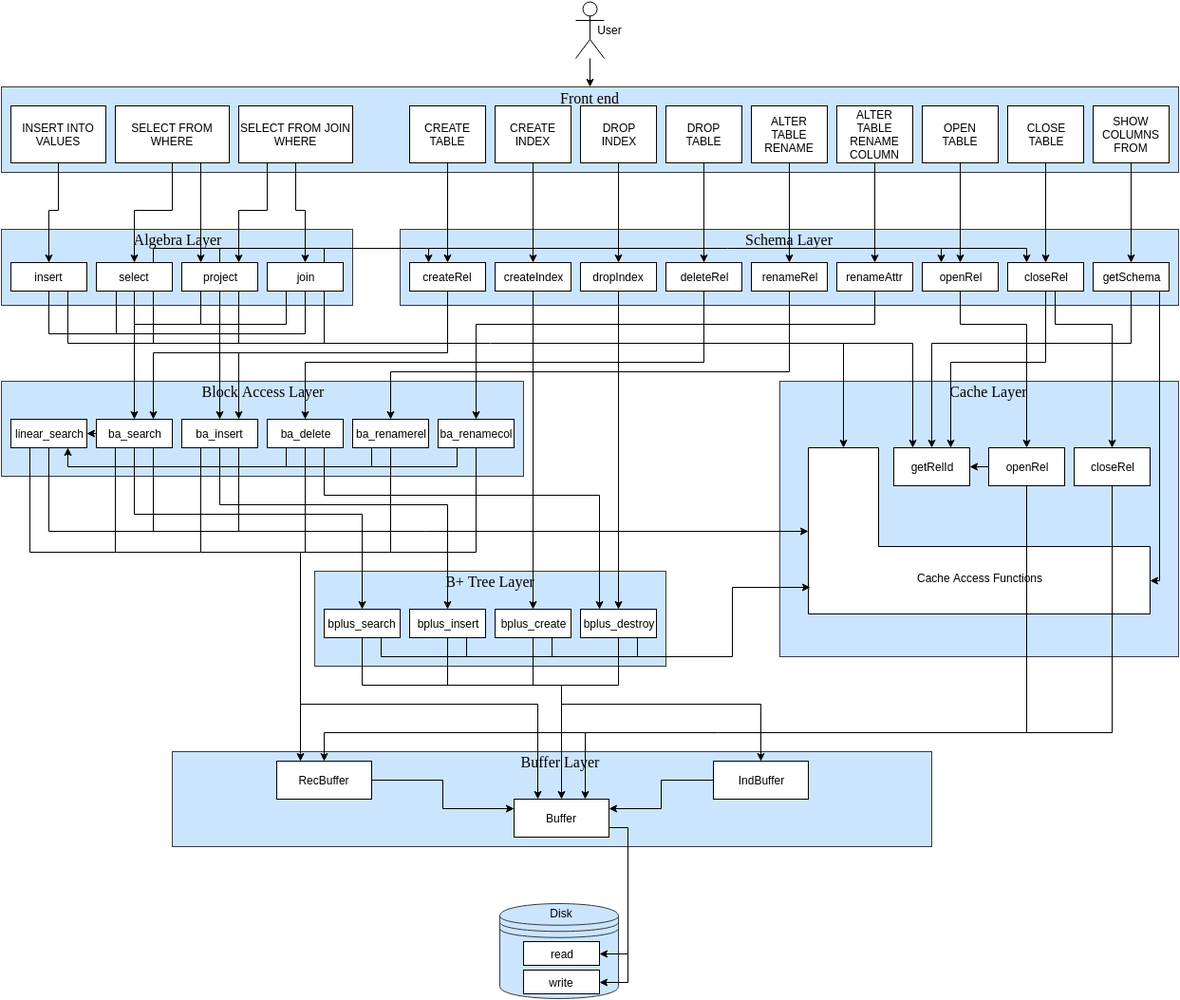
Before: img/design/design.png, a diagram exported from draw.io (Nitcbase/nitcbase.github.io). Source tidied: cells renumbered, new cells last; positions are measured from the earlier drawing's top-left corner, leaving out a move shared by most shapes.
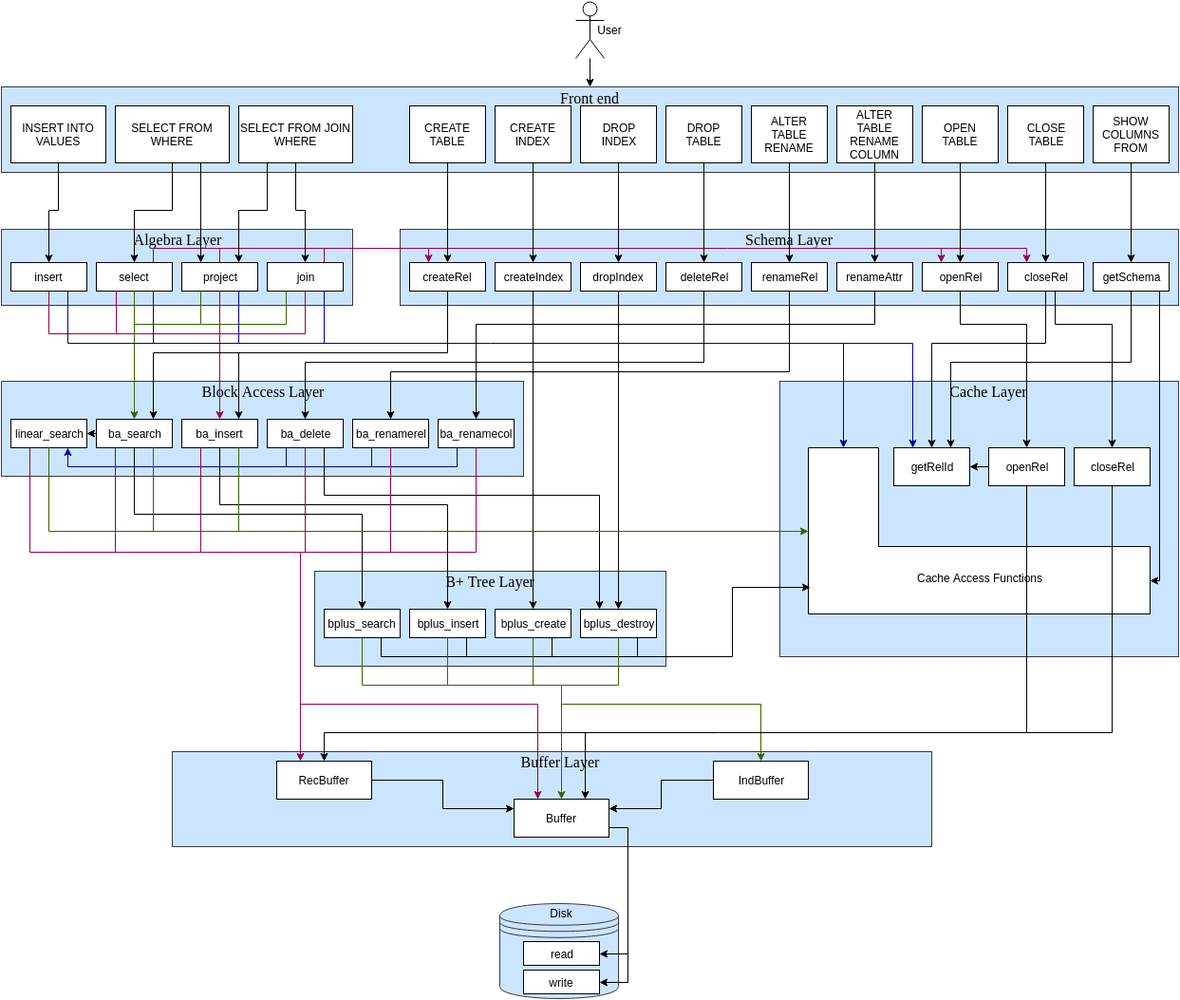
Later version of the same file.

Commit message:
addition of colors to design image

What changed in the source:
```diff
@@ -170,3 +170,3 @@
     </mxCell>
-    <mxCell id="55" style="edgeStyle=orthogonalEdgeStyle;rounded=0;jettySize=auto;html=1;startArrow=none;startFill=0;" parent="1" edge="1" source="5" target="54">
+    <mxCell id="55" style="edgeStyle=orthogonalEdgeStyle;rounded=0;jettySize=auto;html=1;startArrow=none;startFill=0;jumpStyle=arc;strokeColor=#99004D;" parent="1" edge="1" source="5" target="54">
       <mxGeometry relative="1" as="geometry">
@@ -178,3 +178,3 @@
     </mxCell>
-    <mxCell id="56" style="endArrow=none;html=1;entryX=0.75;entryY=1;entryDx=0;entryDy=0;startArrow=none;startFill=0;" parent="1" edge="1">
+    <mxCell id="56" style="endArrow=none;html=1;entryX=0.75;entryY=1;entryDx=0;entryDy=0;startArrow=none;startFill=0;strokeColor=#99004D;" parent="1" edge="1">
       <mxGeometry relative="1" as="geometry">
@@ -184,3 +184,3 @@
     </mxCell>
-    <mxCell id="57" style="endArrow=none;html=1;entryX=0.5;entryY=1;entryDx=0;entryDy=0;startArrow=none;startFill=0;jumpStyle=arc;" parent="1" edge="1" target="8">
+    <mxCell id="57" style="endArrow=none;html=1;entryX=0.5;entryY=1;entryDx=0;entryDy=0;startArrow=none;startFill=0;jumpStyle=arc;strokeColor=#99004D;" parent="1" edge="1" target="8">
       <mxGeometry relative="1" as="geometry">
@@ -189,3 +189,3 @@
     </mxCell>
-    <mxCell id="58" style="endArrow=none;html=1;entryX=0.5;entryY=1;entryDx=0;entryDy=0;rounded=0;" parent="1" edge="1" target="9">
+    <mxCell id="58" style="endArrow=none;html=1;entryX=0.5;entryY=1;entryDx=0;entryDy=0;rounded=0;strokeColor=#99004D;" parent="1" edge="1" target="9">
       <mxGeometry relative="1" as="geometry">
@@ -197,6 +197,6 @@
     </mxCell>
-    <mxCell id="59" style="edgeStyle=orthogonalEdgeStyle;rounded=0;jettySize=auto;html=1;entryX=0.5;entryY=0;entryDx=0;entryDy=0;jumpStyle=none;" parent="1" edge="1" source="7" target="24">
+    <mxCell id="59" style="edgeStyle=orthogonalEdgeStyle;rounded=0;jettySize=auto;html=1;entryX=0.5;entryY=0;entryDx=0;entryDy=0;jumpStyle=none;strokeColor=#336600;strokeWidth=1;" parent="1" edge="1" source="7" target="24">
       <mxGeometry relative="1" as="geometry" />
     </mxCell>
-    <mxCell id="60" style="endArrow=none;html=1;entryX=0.25;entryY=1;entryDx=0;entryDy=0;rounded=0;startArrow=none;startFill=0;jumpStyle=arc;" parent="1" edge="1" target="8">
+    <mxCell id="60" style="endArrow=none;html=1;entryX=0.25;entryY=1;entryDx=0;entryDy=0;rounded=0;startArrow=none;startFill=0;jumpStyle=arc;strokeColor=#336600;" parent="1" edge="1" target="8">
       <mxGeometry relative="1" as="geometry">
@@ -208,3 +208,3 @@
     </mxCell>
-    <mxCell id="61" style="endArrow=none;html=1;entryX=0.25;entryY=1;entryDx=0;entryDy=0;rounded=0;startArrow=none;startFill=0;endFill=0;edgeStyle=elbowEdgeStyle;elbow=vertical;jumpStyle=none;" parent="1" edge="1" target="9">
+    <mxCell id="61" style="endArrow=none;html=1;entryX=0.25;entryY=1;entryDx=0;entryDy=0;rounded=0;startArrow=none;startFill=0;endFill=0;edgeStyle=elbowEdgeStyle;elbow=vertical;jumpStyle=none;strokeColor=#336600;" parent="1" edge="1" target="9">
       <mxGeometry relative="1" as="geometry">
@@ -216,3 +216,3 @@
     </mxCell>
-    <mxCell id="62" style="endArrow=classic;html=1;exitX=0.75;exitY=0;exitDx=0;exitDy=0;entryX=0.25;entryY=0;entryDx=0;entryDy=0;rounded=0;" parent="1" edge="1" source="7" target="11">
+    <mxCell id="62" style="endArrow=classic;html=1;exitX=0.75;exitY=0;exitDx=0;exitDy=0;entryX=0.25;entryY=0;entryDx=0;entryDy=0;rounded=0;strokeColor=#99004D;" parent="1" edge="1" source="7" target="11">
       <mxGeometry relative="1" as="geometry">
@@ -224,3 +224,3 @@
     </mxCell>
-    <mxCell id="63" style="endArrow=none;html=1;exitX=0.5;exitY=0;exitDx=0;exitDy=0;endFill=0;" parent="1" edge="1" source="8">
+    <mxCell id="63" style="endArrow=none;html=1;exitX=0.5;exitY=0;exitDx=0;exitDy=0;endFill=0;strokeColor=#99004D;" parent="1" edge="1" source="8">
       <mxGeometry relative="1" as="geometry">
@@ -229,3 +229,3 @@
     </mxCell>
-    <mxCell id="64" style="endArrow=none;html=1;exitX=0.75;exitY=0;exitDx=0;exitDy=0;endFill=0;" parent="1" edge="1" source="9">
+    <mxCell id="64" style="endArrow=none;html=1;exitX=0.75;exitY=0;exitDx=0;exitDy=0;endFill=0;strokeColor=#99004D;" parent="1" edge="1" source="9">
       <mxGeometry relative="1" as="geometry">
@@ -234,3 +234,3 @@
     </mxCell>
-    <mxCell id="65" style="endArrow=classic;html=1;entryX=0.25;entryY=0;entryDx=0;entryDy=0;rounded=0;" parent="1" edge="1" target="18">
+    <mxCell id="65" style="endArrow=classic;html=1;entryX=0.25;entryY=0;entryDx=0;entryDy=0;rounded=0;strokeColor=#99004D;" parent="1" edge="1" target="18">
       <mxGeometry relative="1" as="geometry">
@@ -242,3 +242,3 @@
     </mxCell>
-    <mxCell id="66" style="endArrow=classic;html=1;entryX=0.25;entryY=0;entryDx=0;entryDy=0;" parent="1" edge="1" target="15">
+    <mxCell id="66" style="endArrow=classic;html=1;entryX=0.25;entryY=0;entryDx=0;entryDy=0;strokeColor=#99004D;" parent="1" edge="1" target="15">
       <mxGeometry relative="1" as="geometry">
@@ -247,3 +247,3 @@
     </mxCell>
-    <mxCell id="67" style="endArrow=classic;html=1;elbow=vertical;exitX=0.25;exitY=1;exitDx=0;exitDy=0;rounded=0;entryX=0.75;entryY=1;entryDx=0;entryDy=0;" parent="1" edge="1" source="25" target="23">
+    <mxCell id="67" style="endArrow=classic;html=1;elbow=vertical;exitX=0.25;exitY=1;exitDx=0;exitDy=0;rounded=0;entryX=0.75;entryY=1;entryDx=0;entryDy=0;strokeColor=#000099;" parent="1" edge="1" source="25" target="23">
       <mxGeometry relative="1" as="geometry">
@@ -255,3 +255,3 @@
     </mxCell>
-    <mxCell id="68" style="endArrow=none;html=1;entryX=0.25;entryY=1;entryDx=0;entryDy=0;" parent="1" edge="1" target="27">
+    <mxCell id="68" style="endArrow=none;html=1;entryX=0.25;entryY=1;entryDx=0;entryDy=0;strokeColor=#000099;" parent="1" edge="1" target="27">
       <mxGeometry relative="1" as="geometry">
@@ -260,3 +260,3 @@
     </mxCell>
-    <mxCell id="69" style="endArrow=none;html=1;entryX=0.25;entryY=1;entryDx=0;entryDy=0;" parent="1" edge="1" target="26">
+    <mxCell id="69" style="endArrow=none;html=1;entryX=0.25;entryY=1;entryDx=0;entryDy=0;strokeColor=#000099;" parent="1" edge="1" target="26">
       <mxGeometry relative="1" as="geometry">
@@ -265,25 +265,2 @@
     </mxCell>
-    <mxCell id="70" style="endArrow=classic;html=1;exitX=0.75;exitY=1;exitDx=0;exitDy=0;rounded=0;entryX=0.25;entryY=0;entryDx=0;entryDy=0;" parent="1" edge="1" source="5" target="36">
-      <mxGeometry relative="1" as="geometry">
-        <Array as="points">
-          <mxPoint x="70" y="360" />
-          <mxPoint x="960" y="360" />
-        </Array>
-      </mxGeometry>
-    </mxCell>
-    <mxCell id="71" style="endArrow=none;html=1;exitX=0.75;exitY=1;exitDx=0;exitDy=0;" parent="1" edge="1" source="7">
-      <mxGeometry relative="1" as="geometry">
-        <mxPoint x="160" y="360" as="targetPoint" />
-      </mxGeometry>
-    </mxCell>
-    <mxCell id="72" style="endArrow=none;html=1;entryX=0.75;entryY=1;entryDx=0;entryDy=0;" parent="1" edge="1" target="8">
-      <mxGeometry relative="1" as="geometry">
-        <mxPoint x="250" y="360" as="sourcePoint" />
-      </mxGeometry>
-    </mxCell>
-    <mxCell id="73" style="endArrow=none;html=1;entryX=0.75;entryY=1;entryDx=0;entryDy=0;" parent="1" edge="1" target="9">
-      <mxGeometry relative="1" as="geometry">
-        <mxPoint x="340" y="360" as="sourcePoint" />
-      </mxGeometry>
-    </mxCell>
     <mxCell id="74" style="endArrow=classic;html=1;exitX=0;exitY=0.5;exitDx=0;exitDy=0;entryX=1;entryY=0.5;entryDx=0;entryDy=0;" parent="1" edge="1" source="37" target="36">
@@ -291,3 +268,3 @@
     </mxCell>
-    <mxCell id="75" style="endArrow=classic;html=1;exitX=0.5;exitY=1;exitDx=0;exitDy=0;rounded=0;entryX=0.75;entryY=0;entryDx=0;entryDy=0;" parent="1" edge="1" source="11" target="24">
+    <mxCell id="75" style="endArrow=classic;html=1;exitX=0.5;exitY=1;exitDx=0;exitDy=0;rounded=0;entryX=0.75;entryY=0;entryDx=0;entryDy=0;strokeColor=#000000;" parent="1" edge="1" source="11" target="24">
       <mxGeometry relative="1" as="geometry">
@@ -299,3 +276,3 @@
     </mxCell>
-    <mxCell id="76" style="endArrow=classic;html=1;entryX=0.75;entryY=0;entryDx=0;entryDy=0;" parent="1" edge="1" target="54">
+    <mxCell id="76" style="endArrow=classic;html=1;entryX=0.75;entryY=0;entryDx=0;entryDy=0;strokeColor=#000000;" parent="1" edge="1" target="54">
       <mxGeometry relative="1" as="geometry">
@@ -345,3 +322,3 @@
     </mxCell>
-    <mxCell id="84" style="endArrow=classic;html=1;exitX=0.5;exitY=1;exitDx=0;exitDy=0;rounded=0;entryX=0.5;entryY=0;entryDx=0;entryDy=0;entryPerimeter=0;edgeStyle=elbowEdgeStyle;elbow=vertical;" parent="1" edge="1" source="23" target="39">
+    <mxCell id="84" style="endArrow=classic;html=1;exitX=0.5;exitY=1;exitDx=0;exitDy=0;rounded=0;entryX=0.5;entryY=0;entryDx=0;entryDy=0;entryPerimeter=0;edgeStyle=elbowEdgeStyle;elbow=vertical;strokeColor=#336600;" parent="1" edge="1" source="23" target="39">
       <mxGeometry relative="1" as="geometry">
@@ -352,3 +329,3 @@
     </mxCell>
-    <mxCell id="85" style="endArrow=none;html=1;entryX=0.75;entryY=1;entryDx=0;entryDy=0;" parent="1" edge="1" target="24">
+    <mxCell id="85" style="endArrow=none;html=1;entryX=0.75;entryY=1;entryDx=0;entryDy=0;strokeColor=#336600;" parent="1" edge="1" target="24">
       <mxGeometry relative="1" as="geometry">
@@ -357,3 +334,3 @@
     </mxCell>
-    <mxCell id="86" style="endArrow=none;html=1;entryX=0.75;entryY=1;entryDx=0;entryDy=0;" parent="1" edge="1" target="54">
+    <mxCell id="86" style="endArrow=none;html=1;entryX=0.75;entryY=1;entryDx=0;entryDy=0;strokeColor=#336600;" parent="1" edge="1" target="54">
       <mxGeometry relative="1" as="geometry">
@@ -362,3 +339,3 @@
     </mxCell>
-    <mxCell id="87" style="endArrow=classic;html=1;exitX=0.25;exitY=1;exitDx=0;exitDy=0;rounded=0;entryX=0.25;entryY=0;entryDx=0;entryDy=0;" parent="1" edge="1" source="54" target="45">
+    <mxCell id="87" style="endArrow=classic;html=1;exitX=0.25;exitY=1;exitDx=0;exitDy=0;rounded=0;entryX=0.25;entryY=0;entryDx=0;entryDy=0;strokeColor=#99004D;" parent="1" edge="1" source="54" target="45">
       <mxGeometry relative="1" as="geometry">
@@ -394,3 +371,3 @@
     </mxCell>
-    <mxCell id="92" style="endArrow=classic;html=1;exitX=0.5;exitY=1;exitDx=0;exitDy=0;rounded=0;entryX=0.5;entryY=0;entryDx=0;entryDy=0;" parent="1" edge="1" source="30" target="41">
+    <mxCell id="92" style="endArrow=classic;html=1;exitX=0.5;exitY=1;exitDx=0;exitDy=0;rounded=0;entryX=0.5;entryY=0;entryDx=0;entryDy=0;strokeColor=#336600;" parent="1" edge="1" source="30" target="41">
       <mxGeometry relative="1" as="geometry">
@@ -402,3 +379,3 @@
     </mxCell>
-    <mxCell id="93" style="endArrow=none;html=1;entryX=0.5;entryY=1;entryDx=0;entryDy=0;" parent="1" edge="1" target="31">
+    <mxCell id="93" style="endArrow=none;html=1;entryX=0.5;entryY=1;entryDx=0;entryDy=0;strokeColor=#336600;" parent="1" edge="1" target="31">
       <mxGeometry relative="1" as="geometry">
@@ -407,3 +384,3 @@
     </mxCell>
-    <mxCell id="94" style="endArrow=none;html=1;entryX=0.5;entryY=1;entryDx=0;entryDy=0;" parent="1" edge="1" target="33">
+    <mxCell id="94" style="endArrow=none;html=1;entryX=0.5;entryY=1;entryDx=0;entryDy=0;strokeColor=#336600;" parent="1" edge="1" target="33">
       <mxGeometry relative="1" as="geometry">
@@ -412,3 +389,3 @@
     </mxCell>
-    <mxCell id="95" style="endArrow=none;html=1;entryX=0.5;entryY=1;entryDx=0;entryDy=0;rounded=0;" parent="1" edge="1" target="32">
+    <mxCell id="95" style="endArrow=none;html=1;entryX=0.5;entryY=1;entryDx=0;entryDy=0;rounded=0;strokeColor=#336600;" parent="1" edge="1" target="32">
       <mxGeometry relative="1" as="geometry">
@@ -420,3 +397,3 @@
     </mxCell>
-    <mxCell id="96" style="endArrow=classic;html=1;entryX=0.5;entryY=0;entryDx=0;entryDy=0;rounded=0;" parent="1" edge="1" target="43">
+    <mxCell id="96" style="endArrow=classic;html=1;entryX=0.5;entryY=0;entryDx=0;entryDy=0;rounded=0;strokeColor=#336600;" parent="1" edge="1" target="43">
       <mxGeometry relative="1" as="geometry">
@@ -428,3 +405,3 @@
     </mxCell>
-    <mxCell id="97" style="endArrow=none;html=1;entryX=0.25;entryY=1;entryDx=0;entryDy=0;rounded=0;" parent="1" edge="1" target="23">
+    <mxCell id="97" style="endArrow=none;html=1;entryX=0.25;entryY=1;entryDx=0;entryDy=0;rounded=0;strokeColor=#99004D;" parent="1" edge="1" target="23">
       <mxGeometry relative="1" as="geometry">
@@ -436,3 +413,3 @@
     </mxCell>
-    <mxCell id="98" style="endArrow=none;html=1;entryX=0.25;entryY=1;entryDx=0;entryDy=0;" parent="1" edge="1" target="24">
+    <mxCell id="98" style="endArrow=none;html=1;entryX=0.25;entryY=1;entryDx=0;entryDy=0;strokeColor=#99004D;" parent="1" edge="1" target="24">
       <mxGeometry relative="1" as="geometry">
@@ -441,3 +418,3 @@
     </mxCell>
-    <mxCell id="99" style="endArrow=none;html=1;entryX=0.5;entryY=1;entryDx=0;entryDy=0;" parent="1" edge="1" target="26">
+    <mxCell id="99" style="endArrow=none;html=1;entryX=0.5;entryY=1;entryDx=0;entryDy=0;jumpStyle=none;strokeColor=#99004D;" parent="1" edge="1" target="26">
       <mxGeometry relative="1" as="geometry">
@@ -446,3 +423,3 @@
     </mxCell>
-    <mxCell id="100" style="endArrow=none;html=1;exitX=0.5;exitY=1;exitDx=0;exitDy=0;rounded=0;" parent="1" edge="1" source="25">
+    <mxCell id="100" style="endArrow=none;html=1;exitX=0.5;exitY=1;exitDx=0;exitDy=0;rounded=0;strokeColor=#99004D;" parent="1" edge="1" source="25">
       <mxGeometry relative="1" as="geometry">
@@ -454,3 +431,3 @@
     </mxCell>
-    <mxCell id="101" style="endArrow=none;html=1;entryX=0.5;entryY=1;entryDx=0;entryDy=0;" parent="1" edge="1" target="27">
+    <mxCell id="101" style="endArrow=none;html=1;entryX=0.5;entryY=1;entryDx=0;entryDy=0;jumpStyle=none;strokeColor=#99004D;" parent="1" edge="1" target="27">
       <mxGeometry relative="1" as="geometry">
@@ -459,3 +436,3 @@
     </mxCell>
-    <mxCell id="102" style="endArrow=classic;html=1;entryX=0.25;entryY=0;entryDx=0;entryDy=0;rounded=0;" parent="1" edge="1" target="41">
+    <mxCell id="102" style="endArrow=classic;html=1;entryX=0.25;entryY=0;entryDx=0;entryDy=0;rounded=0;strokeColor=#99004D;" parent="1" edge="1" target="41">
       <mxGeometry relative="1" as="geometry">
@@ -485,10 +462,2 @@
     </mxCell>
-    <mxCell id="106" style="edgeStyle=elbowEdgeStyle;rounded=0;jumpStyle=none;jettySize=auto;elbow=vertical;html=1;startArrow=none;startFill=0;endArrow=classic;endFill=1;entryX=0.5;entryY=0;entryDx=0;entryDy=0;" parent="1" edge="1" source="19" target="36">
-      <mxGeometry relative="1" as="geometry">
-        <Array as="points">
-          <mxPoint x="1110" y="360" />
-          <mxPoint x="1100" y="370" />
-        </Array>
-      </mxGeometry>
-    </mxCell>
     <mxCell id="107" style="edgeStyle=elbowEdgeStyle;rounded=0;jumpStyle=none;jettySize=auto;elbow=vertical;html=1;startArrow=none;startFill=0;endArrow=classic;endFill=1;entryX=0.5;entryY=0;entryDx=0;entryDy=0;" parent="1" edge="1" source="15" target="37">
@@ -514,7 +483,7 @@
     </mxCell>
-    <mxCell id="110" style="endArrow=classic;html=1;exitX=0.5;exitY=1;exitDx=0;exitDy=0;rounded=0;entryX=0.75;entryY=0;entryDx=0;entryDy=0;" parent="1" edge="1" source="18" target="36">
+    <mxCell id="110" style="endArrow=classic;html=1;exitX=0.5;exitY=1;exitDx=0;exitDy=0;rounded=0;entryX=0.5;entryY=0;entryDx=0;entryDy=0;" parent="1" edge="1" source="18" target="36">
       <mxGeometry relative="1" as="geometry">
         <Array as="points">
-          <mxPoint x="1100" y="380" />
-          <mxPoint x="1000" y="380" />
+          <mxPoint x="1100" y="360" />
+          <mxPoint x="980" y="360" />
         </Array>
@@ -522,7 +491,2 @@
     </mxCell>
-    <mxCell id="111" style="endArrow=classic;html=1;entryX=0;entryY=0;entryDx=175;entryDy=37;entryPerimeter=0;" parent="1" edge="1" target="39">
-      <mxGeometry relative="1" as="geometry">
-        <mxPoint x="887" y="360" as="sourcePoint" />
-      </mxGeometry>
-    </mxCell>
     <mxCell id="112" style="endArrow=classic;html=1;exitX=0.5;exitY=1;exitDx=0;exitDy=0;rounded=0;entryX=0.5;entryY=0;entryDx=0;entryDy=0;" parent="1" edge="1" source="17" target="27">
@@ -650,2 +614,38 @@
     </mxCell>
+    <mxCell id="106" style="edgeStyle=orthogonalEdgeStyle;rounded=0;jumpStyle=none;jettySize=auto;html=1;startArrow=none;startFill=0;endArrow=classic;endFill=1;entryX=0.75;entryY=0;entryDx=0;entryDy=0;" parent="1" edge="1" source="19" target="36">
+      <mxGeometry relative="1" as="geometry">
+        <Array as="points">
+          <mxPoint x="1190" y="380" />
+          <mxPoint x="1000" y="380" />
+        </Array>
+      </mxGeometry>
+    </mxCell>
+    <mxCell id="71" style="endArrow=none;html=1;exitX=0.75;exitY=1;exitDx=0;exitDy=0;jumpStyle=none;strokeColor=#000099;" parent="1" edge="1" source="7">
+      <mxGeometry relative="1" as="geometry">
+        <mxPoint x="160" y="360" as="targetPoint" />
+      </mxGeometry>
+    </mxCell>
+    <mxCell id="72" style="endArrow=none;html=1;entryX=0.75;entryY=1;entryDx=0;entryDy=0;strokeColor=#000099;" parent="1" edge="1" target="8">
+      <mxGeometry relative="1" as="geometry">
+        <mxPoint x="250" y="360" as="sourcePoint" />
+      </mxGeometry>
+    </mxCell>
+    <mxCell id="73" style="endArrow=none;html=1;entryX=0.75;entryY=1;entryDx=0;entryDy=0;strokeColor=#000099;" parent="1" edge="1" target="9">
+      <mxGeometry relative="1" as="geometry">
+        <mxPoint x="340" y="360" as="sourcePoint" />
+      </mxGeometry>
+    </mxCell>
+    <mxCell id="70" style="endArrow=classic;html=1;exitX=0.75;exitY=1;exitDx=0;exitDy=0;rounded=0;entryX=0.25;entryY=0;entryDx=0;entryDy=0;strokeColor=#000099;" parent="1" edge="1" source="5" target="36">
+      <mxGeometry relative="1" as="geometry">
+        <Array as="points">
+          <mxPoint x="70" y="360" />
+          <mxPoint x="960" y="360" />
+        </Array>
+      </mxGeometry>
+    </mxCell>
+    <mxCell id="111" style="endArrow=classic;html=1;entryX=0;entryY=0;entryDx=175;entryDy=37;entryPerimeter=0;strokeColor=#000099;" parent="1" edge="1" target="39">
+      <mxGeometry relative="1" as="geometry">
+        <mxPoint x="887" y="360" as="sourcePoint" />
+      </mxGeometry>
+    </mxCell>
   </root>
```
